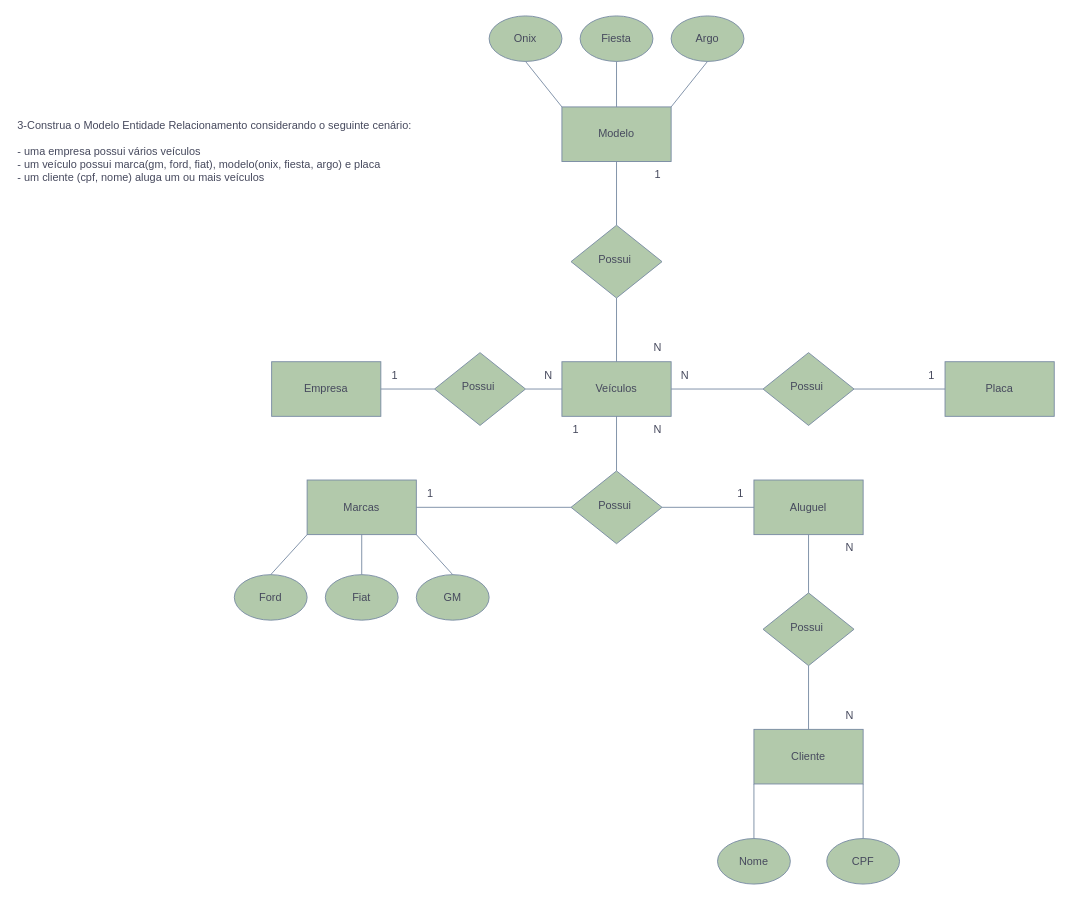
The draw.io diagram 1.2/1.2.drawio in MagiLogus/MER, before the edit. Source tidied: cells renumbered, new cells numbered last; positions are measured from the earlier drawing's top-left corner, leaving out a move shared by most shapes. Both pictures are drawn from the tidied source at 91%, with x=0, y=0 at pixel (15, 15).
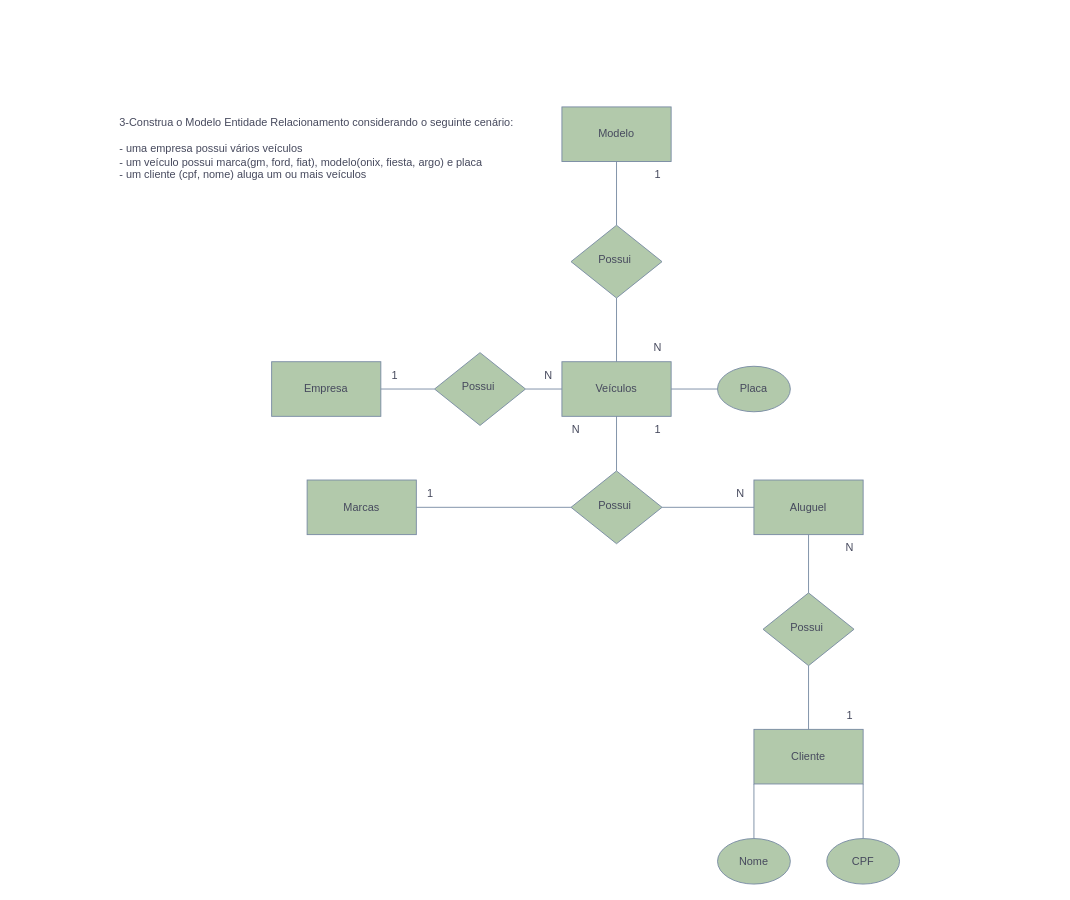
The same diagram, later.

The change refers to these unchanged cells:
```xml
<mxCell id="3" value="Veículos" style="rounded=0;whiteSpace=wrap;html=1;strokeColor=#788AA3;fontColor=#46495D;fillColor=#B2C9AB;labelBackgroundColor=none;" parent="1" vertex="1">
  <mxGeometry x="600" y="380" width="120" height="60" as="geometry" />
</mxCell>
<mxCell id="7" value="Marcas" style="rounded=0;whiteSpace=wrap;html=1;strokeColor=#788AA3;fontColor=#46495D;fillColor=#B2C9AB;labelBackgroundColor=none;" parent="1" vertex="1">
  <mxGeometry x="320" y="510" width="120" height="60" as="geometry" />
</mxCell>
<mxCell id="21" value="Modelo" style="rounded=0;whiteSpace=wrap;html=1;strokeColor=#788AA3;fontColor=#46495D;fillColor=#B2C9AB;labelBackgroundColor=none;" parent="1" vertex="1">
  <mxGeometry x="600" y="100" width="120" height="60" as="geometry" />
</mxCell>
```

Diff of the diagram source:
```diff
@@
     <mxCell id="4" value="&lt;div&gt;3-Construa o Modelo Entidade Relacionamento considerando o seguinte cenário:&lt;/div&gt;&lt;div&gt;&lt;br&gt;&lt;/div&gt;&lt;div&gt;- uma empresa possui vários veículos&lt;/div&gt;&lt;div&gt;- um veículo possui marca(gm, ford, fiat), modelo(onix, fiesta, argo) e placa&lt;/div&gt;&lt;div&gt;- um cliente (cpf, nome) aluga um ou mais veículos&lt;/div&gt;" style="text;html=1;align=left;verticalAlign=middle;strokeColor=none;fillColor=none;fontColor=#46495D;labelBackgroundColor=none;" parent="1" vertex="1">
-      <mxGeometry y="104" width="460" height="90" as="geometry" />
+      <mxGeometry x="112" y="101" width="460" height="90" as="geometry" />
     </mxCell>
@@
-    <mxCell id="15" value="GM" style="ellipse;whiteSpace=wrap;html=1;strokeColor=#788AA3;fontColor=#46495D;fillColor=#B2C9AB;" parent="1" vertex="1">
-      <mxGeometry x="440" y="614" width="80" height="50" as="geometry" />
-    </mxCell>
-    <mxCell id="16" value="Ford&lt;br&gt;" style="ellipse;whiteSpace=wrap;html=1;strokeColor=#788AA3;fontColor=#46495D;fillColor=#B2C9AB;" parent="1" vertex="1">
-      <mxGeometry x="240" y="614" width="80" height="50" as="geometry" />
-    </mxCell>
-    <mxCell id="17" value="Fiat" style="ellipse;whiteSpace=wrap;html=1;strokeColor=#788AA3;fontColor=#46495D;fillColor=#B2C9AB;" parent="1" vertex="1">
-      <mxGeometry x="340" y="614" width="80" height="50" as="geometry" />
-    </mxCell>
-    <mxCell id="18" style="endArrow=none;html=1;rounded=0;strokeColor=#788AA3;fontColor=#46495D;fillColor=#B2C9AB;exitX=0.5;exitY=0;exitDx=0;exitDy=0;entryX=0;entryY=1;entryDx=0;entryDy=0;" parent="1" edge="1" source="16" target="7">
-      <mxGeometry relative="1" as="geometry" />
-    </mxCell>
-    <mxCell id="19" style="endArrow=none;html=1;rounded=0;strokeColor=#788AA3;fontColor=#46495D;fillColor=#B2C9AB;exitX=0.5;exitY=0;exitDx=0;exitDy=0;entryX=0.5;entryY=1;entryDx=0;entryDy=0;" parent="1" edge="1" source="17" target="7">
-      <mxGeometry relative="1" as="geometry" />
-    </mxCell>
-    <mxCell id="20" style="endArrow=none;html=1;rounded=0;strokeColor=#788AA3;fontColor=#46495D;fillColor=#B2C9AB;exitX=0.5;exitY=0;exitDx=0;exitDy=0;entryX=1;entryY=1;entryDx=0;entryDy=0;" parent="1" edge="1" source="15" target="7">
-      <mxGeometry relative="1" as="geometry" />
-    </mxCell>
@@
-    <mxCell id="23" value="Fiesta" style="ellipse;whiteSpace=wrap;html=1;strokeColor=#788AA3;fontColor=#46495D;fillColor=#B2C9AB;" parent="1" vertex="1">
-      <mxGeometry x="620" width="80" height="50" as="geometry" />
-    </mxCell>
-    <mxCell id="24" value="Argo" style="ellipse;whiteSpace=wrap;html=1;strokeColor=#788AA3;fontColor=#46495D;fillColor=#B2C9AB;" parent="1" vertex="1">
-      <mxGeometry x="720" width="80" height="50" as="geometry" />
-    </mxCell>
-    <mxCell id="25" value="Onix" style="ellipse;whiteSpace=wrap;html=1;strokeColor=#788AA3;fontColor=#46495D;fillColor=#B2C9AB;" parent="1" vertex="1">
-      <mxGeometry x="520" width="80" height="50" as="geometry" />
-    </mxCell>
-    <mxCell id="26" style="endArrow=none;html=1;rounded=0;strokeColor=#788AA3;fontColor=#46495D;fillColor=#B2C9AB;exitX=0;exitY=0;exitDx=0;exitDy=0;entryX=0.5;entryY=1;entryDx=0;entryDy=0;" parent="1" edge="1" source="21" target="25">
-      <mxGeometry relative="1" as="geometry" />
-    </mxCell>
-    <mxCell id="27" style="endArrow=none;html=1;rounded=0;strokeColor=#788AA3;fontColor=#46495D;fillColor=#B2C9AB;exitX=0.5;exitY=0;exitDx=0;exitDy=0;entryX=0.5;entryY=1;entryDx=0;entryDy=0;" parent="1" edge="1" source="21" target="23">
-      <mxGeometry relative="1" as="geometry" />
-    </mxCell>
-    <mxCell id="28" style="endArrow=none;html=1;rounded=0;strokeColor=#788AA3;fontColor=#46495D;fillColor=#B2C9AB;exitX=1;exitY=0;exitDx=0;exitDy=0;entryX=0.5;entryY=1;entryDx=0;entryDy=0;" parent="1" edge="1" source="21" target="24">
-      <mxGeometry relative="1" as="geometry" />
-    </mxCell>
@@
-    <mxCell id="33" value="Placa" style="rounded=0;whiteSpace=wrap;html=1;strokeColor=#788AA3;fontColor=#46495D;fillColor=#B2C9AB;labelBackgroundColor=none;" parent="1" vertex="1">
-      <mxGeometry x="1021" y="380" width="120" height="60" as="geometry" />
-    </mxCell>
@@
-    <mxCell id="43" value="N" style="text;html=1;align=center;verticalAlign=middle;strokeColor=none;fillColor=none;fontColor=#46495D;labelBackgroundColor=none;" parent="1" vertex="1">
+    <mxCell id="43" value="1" style="text;html=1;align=center;verticalAlign=middle;strokeColor=none;fillColor=none;fontColor=#46495D;labelBackgroundColor=none;" parent="1" vertex="1">
       <mxGeometry x="901" y="754" width="30" height="30" as="geometry" />
     </mxCell>
@@
-    <mxCell id="45" value="1" style="text;html=1;align=center;verticalAlign=middle;strokeColor=none;fillColor=none;fontColor=#46495D;labelBackgroundColor=none;" parent="1" vertex="1">
+    <mxCell id="45" value="N" style="text;html=1;align=center;verticalAlign=middle;strokeColor=none;fillColor=none;fontColor=#46495D;labelBackgroundColor=none;" parent="1" vertex="1">
       <mxGeometry x="600" y="440" width="30" height="30" as="geometry" />
     </mxCell>
-    <mxCell id="46" value="Possui&amp;nbsp;" style="rhombus;whiteSpace=wrap;html=1;shadow=0;fontFamily=Helvetica;fontSize=12;align=center;strokeWidth=1;spacing=6;spacingTop=-4;rounded=0;labelBackgroundColor=none;fillColor=#B2C9AB;strokeColor=#788AA3;fontColor=#46495D;" parent="1" vertex="1">
-      <mxGeometry x="821" y="370" width="100" height="80" as="geometry" />
-    </mxCell>
-    <mxCell id="47" style="endArrow=none;html=1;rounded=0;strokeColor=#788AA3;fontColor=#46495D;fillColor=#B2C9AB;exitX=1;exitY=0.5;exitDx=0;exitDy=0;entryX=0;entryY=0.5;entryDx=0;entryDy=0;" parent="1" edge="1" source="3" target="46">
+    <mxCell id="47" style="endArrow=none;html=1;rounded=0;strokeColor=#788AA3;fontColor=#46495D;fillColor=#B2C9AB;exitX=1;exitY=0.5;exitDx=0;exitDy=0;entryX=0;entryY=0.5;entryDx=0;entryDy=0;" parent="1" edge="1" source="3" target="33">
       <mxGeometry relative="1" as="geometry" />
     </mxCell>
-    <mxCell id="48" style="endArrow=none;html=1;rounded=0;strokeColor=#788AA3;fontColor=#46495D;fillColor=#B2C9AB;exitX=1;exitY=0.5;exitDx=0;exitDy=0;entryX=0;entryY=0.5;entryDx=0;entryDy=0;" parent="1" edge="1" source="46" target="33">
-      <mxGeometry relative="1" as="geometry" />
-    </mxCell>
-    <mxCell id="49" value="N" style="text;html=1;align=center;verticalAlign=middle;strokeColor=none;fillColor=none;fontColor=#46495D;labelBackgroundColor=none;" parent="1" vertex="1">
-      <mxGeometry x="720" y="380" width="30" height="30" as="geometry" />
-    </mxCell>
-    <mxCell id="50" value="1" style="text;html=1;align=center;verticalAlign=middle;strokeColor=none;fillColor=none;fontColor=#46495D;labelBackgroundColor=none;" parent="1" vertex="1">
-      <mxGeometry x="991" y="380" width="30" height="30" as="geometry" />
-    </mxCell>
-    <mxCell id="51" value="1" style="text;html=1;align=center;verticalAlign=middle;strokeColor=none;fillColor=none;fontColor=#46495D;labelBackgroundColor=none;" parent="1" vertex="1">
+    <mxCell id="51" value="N" style="text;html=1;align=center;verticalAlign=middle;strokeColor=none;fillColor=none;fontColor=#46495D;labelBackgroundColor=none;" parent="1" vertex="1">
       <mxGeometry x="781" y="510" width="30" height="30" as="geometry" />
     </mxCell>
-    <mxCell id="52" value="N" style="text;html=1;align=center;verticalAlign=middle;strokeColor=none;fillColor=none;fontColor=#46495D;labelBackgroundColor=none;" parent="1" vertex="1">
+    <mxCell id="52" value="1" style="text;html=1;align=center;verticalAlign=middle;strokeColor=none;fillColor=none;fontColor=#46495D;labelBackgroundColor=none;" parent="1" vertex="1">
       <mxGeometry x="690" y="440" width="30" height="30" as="geometry" />
     </mxCell>
@@
+    <mxCell id="33" value="Placa" style="ellipse;whiteSpace=wrap;html=1;strokeColor=#788AA3;fontColor=#46495D;fillColor=#B2C9AB;" parent="1" vertex="1">
+      <mxGeometry x="771" y="385" width="80" height="50" as="geometry" />
+    </mxCell>
```
